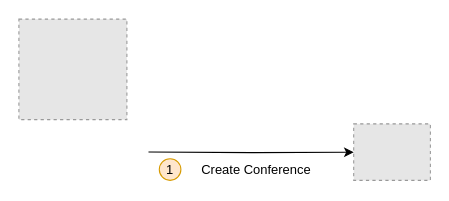
ThuongHoang456189/prepare-23-05-2023-files keeps this draw.io diagram as workflow-management-break1.drawio. Above is the earlier version. Source tidied: cells renumbered, new cells numbered last; positions are measured from the earlier drawing's top-left corner, leaving out a move shared by most shapes. Both pictures are drawn from the tidied source at 108%, with x=0, y=0 at pixel (18, 18). Pictures stored in the file or linked from it are replaced by grey dashed boxes.
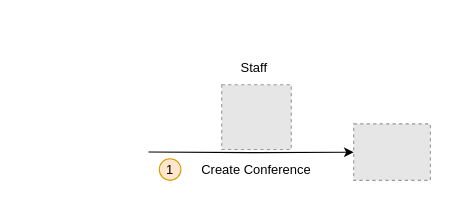
The same page after the edit.

Commit message (it also covers changes not shown here):
Cập nhật workflow-management-break1.drawio

Diff of the diagram source:
```diff
@@
 <mxGraphModel>
   <root>
     <mxCell id="0" />
     <mxCell id="1" parent="0" />
     <mxCell id="2" value="1" style="ellipse;whiteSpace=wrap;html=1;strokeColor=#d79b00;fillColor=#ffe6cc;" parent="1" vertex="1">
       <mxGeometry x="130" y="129.5" width="20" height="20" as="geometry" />
     </mxCell>
     <mxCell id="3" style="fillColor=#E6E6E6;strokeColor=#999999;dashed=1;verticalLabelPosition=bottom;verticalAlign=top;" parent="1" vertex="1">
       <mxGeometry x="310" y="97.2" width="71" height="52.3" as="geometry" />
     </mxCell>
     <mxCell id="4" style="edgeStyle=orthogonalEdgeStyle;rounded=0;jettySize=auto;html=1;" parent="1" edge="1" target="3">
       <mxGeometry relative="1" as="geometry">
         <mxPoint x="120" y="123.3" as="sourcePoint" />
       </mxGeometry>
     </mxCell>
     <mxCell id="5" value="Create Conference" style="text;html=1;strokeColor=none;fillColor=none;align=center;verticalAlign=middle;whiteSpace=wrap;rounded=0;" parent="1" vertex="1">
       <mxGeometry x="160" y="129.5" width="120" height="21.5" as="geometry" />
     </mxCell>
     <mxCell id="6" style="fillColor=#E6E6E6;strokeColor=#999999;dashed=1;verticalLabelPosition=bottom;verticalAlign=top;" parent="1" vertex="1">
-      <mxGeometry y="0.2" width="100" height="93.1" as="geometry" />
+      <mxGeometry x="187.8" y="61" width="64.4" height="60" as="geometry" />
     </mxCell>
+    <mxCell id="7" value="Staff" style="text;html=1;strokeColor=none;fillColor=none;align=center;verticalAlign=middle;whiteSpace=wrap;rounded=0;" parent="1" vertex="1">
+      <mxGeometry x="187.8" y="31" width="60" height="30" as="geometry" />
+    </mxCell>
   </root>
 </mxGraphModel>
```
